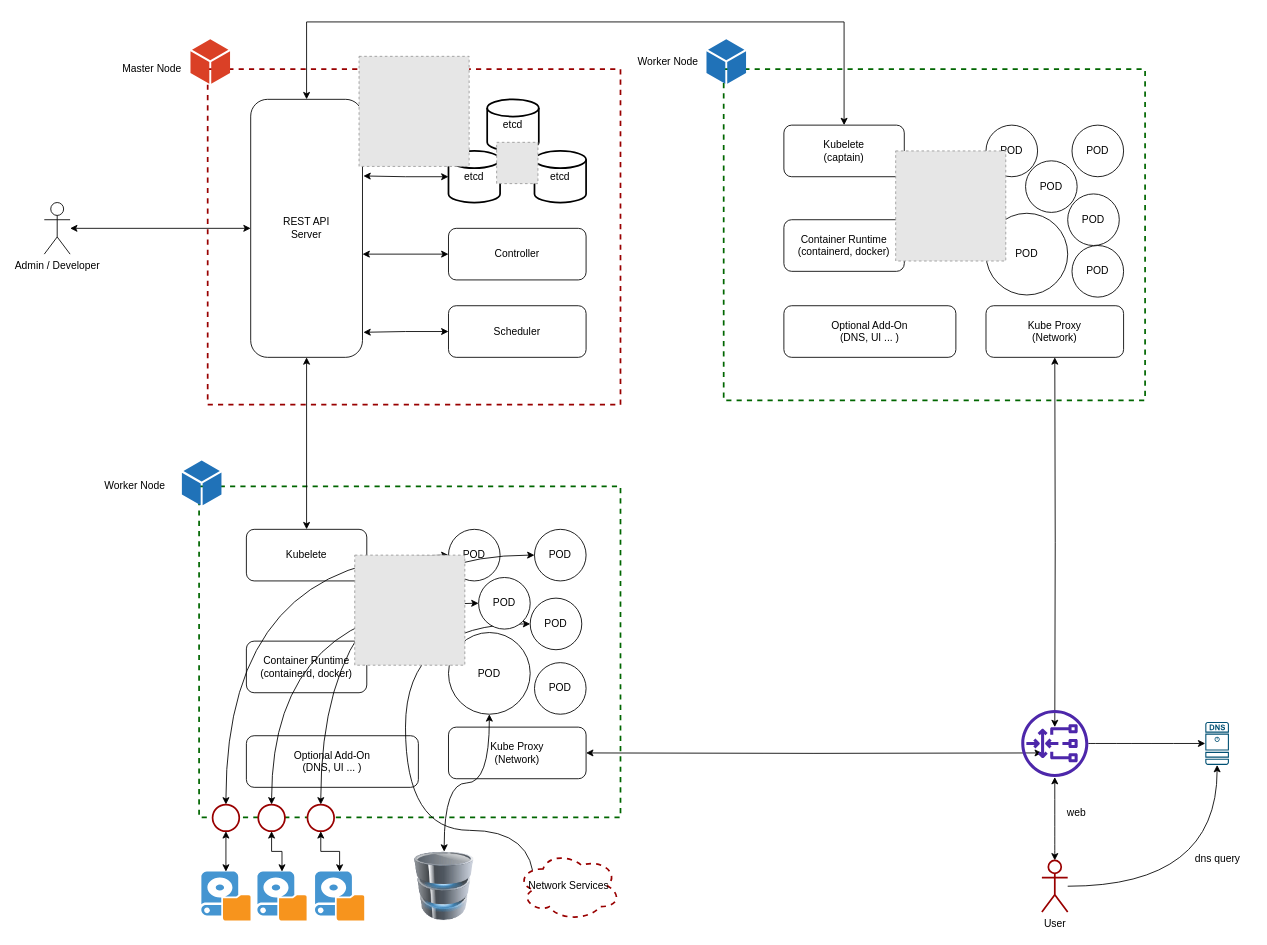
Earlier version of the draw.io diagram Kubernetes Architecture.drawio (jiangtao7/draw.io). Source tidied: cells renumbered, new cells numbered last; positions are measured from the earlier drawing's top-left corner, leaving out a move shared by most shapes. Both pictures are drawn from the tidied source at 86%, with x=0, y=0 at pixel (44, 22). Pictures stored in the file or linked from it are replaced by grey dashed boxes.
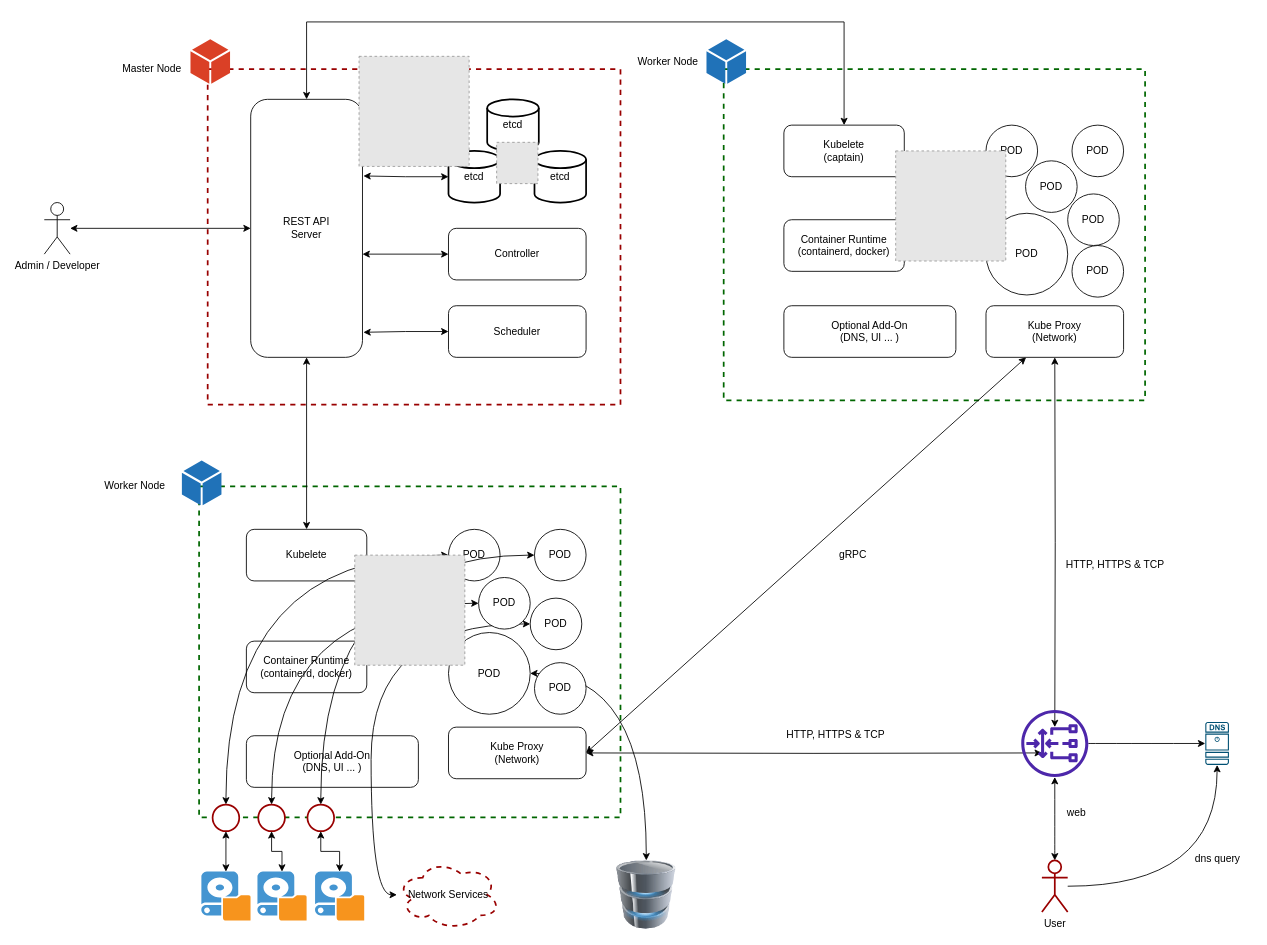
After the change.

Unchanged cells that the change refers to:
```xml
<mxCell id="19" value="Kube Proxy &lt;br&gt;(Network)" style="rounded=1;whiteSpace=wrap;html=1;" parent="1" vertex="1">
  <mxGeometry x="470" y="820" width="160" height="60" as="geometry" />
</mxCell>
<mxCell id="25" value="POD" style="ellipse;whiteSpace=wrap;html=1;" parent="1" vertex="1">
  <mxGeometry x="565" y="670" width="60" height="60" as="geometry" />
</mxCell>
<mxCell id="31" value="Kube Proxy &lt;br&gt;(Network)" style="rounded=1;whiteSpace=wrap;html=1;" parent="1" vertex="1">
  <mxGeometry x="1095" y="330" width="160" height="60" as="geometry" />
</mxCell>
```

The edit, as a diff of the source:
```diff
@@
-    <mxCell id="24" style="edgeStyle=orthogonalEdgeStyle;curved=1;rounded=0;jettySize=auto;html=1;entryX=0.16;entryY=0.55;entryDx=0;entryDy=0;entryPerimeter=0;startArrow=classic;startFill=1;" parent="1" edge="1" source="25" target="64">
+    <mxCell id="24" style="edgeStyle=orthogonalEdgeStyle;curved=1;rounded=0;jettySize=auto;html=1;startArrow=classic;startFill=1;" parent="1" edge="1" source="25" target="64">
       <mxGeometry relative="1" as="geometry">
         <Array as="points">
-          <mxPoint x="420" y="700" />
-          <mxPoint x="420" y="940" />
-          <mxPoint x="569" y="940" />
+          <mxPoint x="380" y="700" />
+          <mxPoint x="380" y="1015" />
         </Array>
       </mxGeometry>
     </mxCell>
@@
+    <mxCell id="74" style="rounded=0;jettySize=auto;html=1;entryX=1;entryY=0.5;entryDx=0;entryDy=0;startArrow=classic;startFill=1;" parent="1" edge="1" source="31" target="19">
+      <mxGeometry relative="1" as="geometry" />
+    </mxCell>
@@
     <mxCell id="61" style="image;html=1;image=img/lib/clip_art/computers/Database_128x128.png;dashed=1;strokeColor=#990000;strokeWidth=2;" parent="1" vertex="1">
-      <mxGeometry x="425" y="964.8" width="80" height="80" as="geometry" />
+      <mxGeometry x="660" y="975" width="80" height="80" as="geometry" />
     </mxCell>
@@
     <mxCell id="64" value="Network Services" style="ellipse;shape=cloud;whiteSpace=wrap;html=1;dashed=1;strokeColor=#990000;strokeWidth=2;" parent="1" vertex="1">
-      <mxGeometry x="550" y="964.8" width="120" height="80" as="geometry" />
+      <mxGeometry x="410" y="975" width="120" height="80" as="geometry" />
     </mxCell>
@@
+    <mxCell id="75" value="gRPC" style="text;html=1;align=center;verticalAlign=middle;strokeColor=none;fillColor=none;" parent="1" vertex="1">
+      <mxGeometry x="910" y="605" width="60" height="30" as="geometry" />
+    </mxCell>
+    <mxCell id="76" value="HTTP, HTTPS &amp;amp; TCP" style="text;html=1;align=center;verticalAlign=middle;strokeColor=none;fillColor=none;" parent="1" vertex="1">
+      <mxGeometry x="1175" y="616" width="140" height="30" as="geometry" />
+    </mxCell>
+    <mxCell id="77" value="HTTP, HTTPS &amp;amp; TCP" style="text;html=1;align=center;verticalAlign=middle;strokeColor=none;fillColor=none;" parent="1" vertex="1">
+      <mxGeometry x="850" y="814" width="140" height="30" as="geometry" />
+    </mxCell>
```
